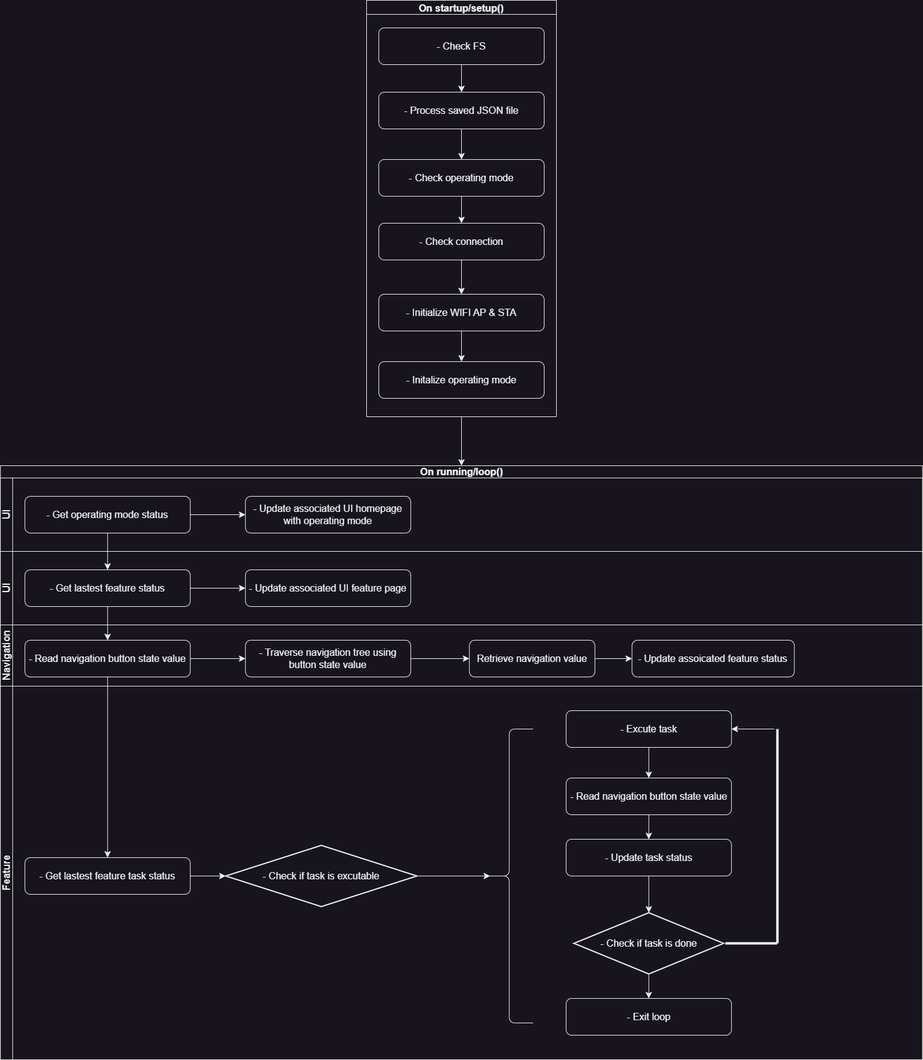
kirichain/RFID keeps this draw.io diagram as Workflows/Device Firmware Flowchart-General.drawio.png. Above is the earlier version. Source tidied: cells renumbered, new cells last; positions are measured from the earlier drawing's top-left corner, leaving out a move shared by most shapes.
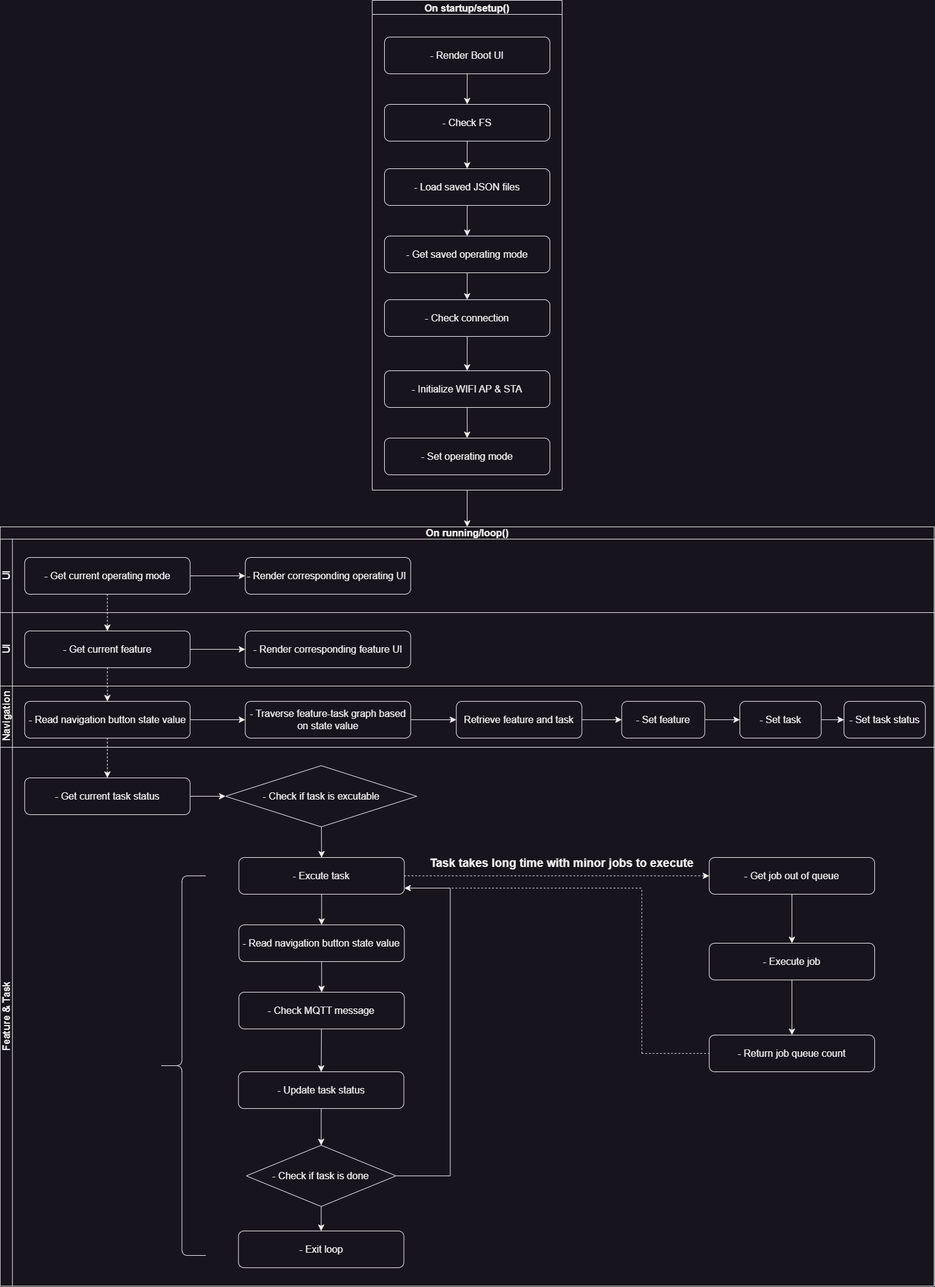
Later version of the same file.

Change to the diagram source:
```diff
@@ -8,3 +8,3 @@
     <mxCell id="3" value="On startup/setup()" style="swimlane;fontSize=16;" parent="1" vertex="1">
-      <mxGeometry x="598" width="310" height="680" as="geometry" />
+      <mxGeometry x="598" width="310" height="800" as="geometry" />
     </mxCell>
@@ -14,3 +14,3 @@
     <mxCell id="5" value="- Check FS" style="rounded=1;whiteSpace=wrap;html=1;fontSize=16;" parent="3" vertex="1">
-      <mxGeometry x="20" y="45" width="270" height="60" as="geometry" />
+      <mxGeometry x="20" y="170" width="270" height="60" as="geometry" />
     </mxCell>
@@ -19,4 +19,4 @@
     </mxCell>
-    <mxCell id="7" value="- Process saved JSON file" style="rounded=1;whiteSpace=wrap;html=1;fontSize=16;" parent="3" vertex="1">
-      <mxGeometry x="20" y="150" width="270" height="60" as="geometry" />
+    <mxCell id="7" value="- Load saved JSON files" style="rounded=1;whiteSpace=wrap;html=1;fontSize=16;" parent="3" vertex="1">
+      <mxGeometry x="20" y="275" width="270" height="60" as="geometry" />
     </mxCell>
@@ -25,4 +25,4 @@
     </mxCell>
-    <mxCell id="9" value="- Check operating mode" style="rounded=1;whiteSpace=wrap;html=1;fontSize=16;" parent="3" vertex="1">
-      <mxGeometry x="20" y="260" width="270" height="60" as="geometry" />
+    <mxCell id="9" value="- Get saved operating mode" style="rounded=1;whiteSpace=wrap;html=1;fontSize=16;" parent="3" vertex="1">
+      <mxGeometry x="20" y="385" width="270" height="60" as="geometry" />
     </mxCell>
@@ -32,3 +32,3 @@
     <mxCell id="11" value="- Check connection" style="rounded=1;whiteSpace=wrap;html=1;fontSize=16;" parent="3" vertex="1">
-      <mxGeometry x="20" y="364" width="270" height="60" as="geometry" />
+      <mxGeometry x="20" y="489" width="270" height="60" as="geometry" />
     </mxCell>
@@ -38,12 +38,18 @@
     <mxCell id="13" value="- Initialize WIFI AP &amp;amp; STA" style="rounded=1;whiteSpace=wrap;html=1;fontSize=16;" parent="3" vertex="1">
-      <mxGeometry x="20" y="480" width="270" height="60" as="geometry" />
+      <mxGeometry x="20" y="605" width="270" height="60" as="geometry" />
     </mxCell>
-    <mxCell id="14" value="- Initalize operating mode" style="rounded=1;whiteSpace=wrap;html=1;fontSize=16;" parent="3" vertex="1">
-      <mxGeometry x="20" y="590" width="270" height="60" as="geometry" />
+    <mxCell id="14" value="- Set operating mode" style="rounded=1;whiteSpace=wrap;html=1;fontSize=16;" parent="3" vertex="1">
+      <mxGeometry x="20" y="715" width="270" height="60" as="geometry" />
     </mxCell>
+    <mxCell id="53" style="edgeStyle=none;curved=1;rounded=0;jettySize=auto;html=1;entryX=0.5;entryY=0;entryDx=0;entryDy=0;fontSize=12;startSize=8;endSize=8;" parent="3" edge="1" source="54" target="5">
+      <mxGeometry relative="1" as="geometry" />
+    </mxCell>
+    <mxCell id="54" value="- Render Boot UI" style="rounded=1;whiteSpace=wrap;html=1;fontSize=16;" parent="3" vertex="1">
+      <mxGeometry x="20" y="60" width="270" height="60" as="geometry" />
+    </mxCell>
     <mxCell id="15" value="On running/loop()" style="swimlane;horizontal=1;startSize=20;html=1;fontSize=16;" parent="1" vertex="1">
-      <mxGeometry x="0.2" y="760" width="1505.6" height="970" as="geometry" />
+      <mxGeometry x="-9.2" y="860" width="1524.5" height="1240" as="geometry" />
     </mxCell>
     <mxCell id="16" value="UI" style="swimlane;startSize=20;horizontal=0;html=1;fontSize=16;" parent="15" vertex="1">
-      <mxGeometry y="20" width="1505.6" height="120" as="geometry" />
+      <mxGeometry y="20" width="1524.5" height="120" as="geometry" />
     </mxCell>
@@ -52,6 +58,6 @@
     </mxCell>
-    <mxCell id="18" value="- Get operating mode status" style="rounded=1;whiteSpace=wrap;html=1;fontSize=16;" parent="16" vertex="1">
+    <mxCell id="18" value="- Get current operating mode" style="rounded=1;whiteSpace=wrap;html=1;fontSize=16;" parent="16" vertex="1">
       <mxGeometry x="40" y="30" width="270" height="60" as="geometry" />
     </mxCell>
-    <mxCell id="19" value="- Update associated UI homepage with operating mode" style="rounded=1;whiteSpace=wrap;html=1;fontSize=16;" parent="16" vertex="1">
+    <mxCell id="19" value="- Render corresponding operating UI&amp;nbsp;" style="rounded=1;whiteSpace=wrap;html=1;fontSize=16;" parent="16" vertex="1">
       <mxGeometry x="400" y="30" width="270" height="60" as="geometry" />
@@ -59,3 +65,3 @@
     <mxCell id="20" value="UI" style="swimlane;startSize=20;horizontal=0;html=1;fontSize=16;" parent="15" vertex="1">
-      <mxGeometry y="140" width="1505.6" height="120" as="geometry" />
+      <mxGeometry y="140" width="1524.5" height="120" as="geometry" />
     </mxCell>
@@ -64,12 +70,12 @@
     </mxCell>
-    <mxCell id="22" value="- Get lastest feature status" style="rounded=1;whiteSpace=wrap;html=1;fontSize=16;" parent="20" vertex="1">
+    <mxCell id="22" value="- Get current feature" style="rounded=1;whiteSpace=wrap;html=1;fontSize=16;" parent="20" vertex="1">
       <mxGeometry x="40" y="30" width="270" height="60" as="geometry" />
     </mxCell>
-    <mxCell id="23" value="- Update associated UI feature page" style="rounded=1;whiteSpace=wrap;html=1;fontSize=16;" parent="20" vertex="1">
+    <mxCell id="23" value="- Render corresponding&amp;nbsp;feature UI" style="rounded=1;whiteSpace=wrap;html=1;fontSize=16;" parent="20" vertex="1">
       <mxGeometry x="400" y="30" width="270" height="60" as="geometry" />
     </mxCell>
-    <mxCell id="24" style="edgeStyle=none;curved=1;rounded=0;jettySize=auto;html=1;entryX=0.5;entryY=0;entryDx=0;entryDy=0;fontSize=12;startSize=8;endSize=8;" parent="15" edge="1" source="18" target="22">
+    <mxCell id="24" style="edgeStyle=none;curved=1;rounded=0;jettySize=auto;html=1;entryX=0.5;entryY=0;entryDx=0;entryDy=0;fontSize=12;startSize=8;endSize=8;dashed=1;" parent="15" edge="1" source="18" target="22">
       <mxGeometry relative="1" as="geometry" />
     </mxCell>
-    <mxCell id="25" style="edgeStyle=none;curved=1;rounded=0;jettySize=auto;html=1;entryX=0.5;entryY=0;entryDx=0;entryDy=0;fontSize=12;startSize=8;endSize=8;" parent="15" edge="1" source="22" target="28">
+    <mxCell id="25" style="edgeStyle=none;curved=1;rounded=0;jettySize=auto;html=1;entryX=0.5;entryY=0;entryDx=0;entryDy=0;fontSize=12;startSize=8;endSize=8;dashed=1;" parent="15" edge="1" source="22" target="28">
       <mxGeometry relative="1" as="geometry" />
@@ -77,3 +83,3 @@
     <mxCell id="26" value="Navigation" style="swimlane;startSize=20;horizontal=0;html=1;fontSize=16;" parent="15" vertex="1">
-      <mxGeometry y="260" width="1505.6" height="100" as="geometry" />
+      <mxGeometry y="260" width="1524.5" height="100" as="geometry" />
     </mxCell>
@@ -88,3 +94,3 @@
     </mxCell>
-    <mxCell id="30" value="- Traverse navigation tree using button state value" style="rounded=1;whiteSpace=wrap;html=1;fontSize=16;" parent="26" vertex="1">
+    <mxCell id="30" value="- Traverse feature-task graph based on state value" style="rounded=1;whiteSpace=wrap;html=1;fontSize=16;" parent="26" vertex="1">
       <mxGeometry x="400" y="25" width="270" height="60" as="geometry" />
@@ -94,13 +100,25 @@
     </mxCell>
-    <mxCell id="32" value="Retrieve navigation value" style="rounded=1;whiteSpace=wrap;html=1;fontSize=16;" parent="26" vertex="1">
-      <mxGeometry x="765.6" y="25" width="205" height="60" as="geometry" />
+    <mxCell id="32" value="Retrieve feature and task" style="rounded=1;whiteSpace=wrap;html=1;fontSize=16;" parent="26" vertex="1">
+      <mxGeometry x="744.5" y="25" width="205" height="60" as="geometry" />
     </mxCell>
+    <mxCell id="55" style="edgeStyle=none;curved=1;rounded=0;jettySize=auto;html=1;entryX=0;entryY=0.5;entryDx=0;entryDy=0;fontSize=12;startSize=8;endSize=8;" parent="26" edge="1" source="33" target="57">
+      <mxGeometry relative="1" as="geometry" />
+    </mxCell>
-    <mxCell id="33" value="- Update assoicated feature status" style="rounded=1;whiteSpace=wrap;html=1;fontSize=16;" parent="26" vertex="1">
-      <mxGeometry x="1031.2" y="25" width="265" height="60" as="geometry" />
+    <mxCell id="33" value="- Set feature" style="rounded=1;whiteSpace=wrap;html=1;fontSize=16;" parent="26" vertex="1">
+      <mxGeometry x="1014.5" y="25" width="135.5" height="60" as="geometry" />
     </mxCell>
+    <mxCell id="56" style="edgeStyle=none;curved=1;rounded=0;jettySize=auto;html=1;entryX=0;entryY=0.5;entryDx=0;entryDy=0;fontSize=12;startSize=8;endSize=8;" parent="26" edge="1" source="57" target="58">
+      <mxGeometry relative="1" as="geometry" />
+    </mxCell>
+    <mxCell id="57" value="- Set task" style="rounded=1;whiteSpace=wrap;html=1;fontSize=16;" parent="26" vertex="1">
+      <mxGeometry x="1207.2" y="25" width="132.8" height="60" as="geometry" />
+    </mxCell>
+    <mxCell id="58" value="- Set task status" style="rounded=1;whiteSpace=wrap;html=1;fontSize=16;" parent="26" vertex="1">
+      <mxGeometry x="1377.2" y="25" width="132.8" height="60" as="geometry" />
+    </mxCell>
-    <mxCell id="34" value="Feature" style="swimlane;startSize=20;horizontal=0;html=1;fontSize=16;" parent="15" vertex="1">
-      <mxGeometry y="360" width="1505.6" height="610" as="geometry" />
+    <mxCell id="34" value="Feature &amp;amp; Task" style="swimlane;startSize=20;horizontal=0;html=1;fontSize=16;" parent="15" vertex="1">
+      <mxGeometry y="360" width="1524.5" height="880" as="geometry" />
     </mxCell>
-    <mxCell id="35" value="- Get lastest feature task status" style="rounded=1;whiteSpace=wrap;html=1;fontSize=16;" parent="34" vertex="1">
-      <mxGeometry x="40" y="280" width="270" height="60" as="geometry" />
+    <mxCell id="35" value="- Get current task status" style="rounded=1;whiteSpace=wrap;html=1;fontSize=16;" parent="34" vertex="1">
+      <mxGeometry x="40" y="50" width="270" height="60" as="geometry" />
     </mxCell>
@@ -109,10 +127,13 @@
     </mxCell>
+    <mxCell id="59" style="edgeStyle=none;curved=1;rounded=0;jettySize=auto;html=1;fontSize=12;startSize=8;endSize=8;entryX=0;entryY=0.5;entryDx=0;entryDy=0;dashed=1;" parent="34" edge="1" source="37" target="66">
+      <mxGeometry relative="1" as="geometry" />
+    </mxCell>
     <mxCell id="37" value="- Excute task" style="rounded=1;whiteSpace=wrap;html=1;fontSize=16;" parent="34" vertex="1">
-      <mxGeometry x="923.6" y="40" width="270" height="60" as="geometry" />
+      <mxGeometry x="389.6" y="180" width="270" height="60" as="geometry" />
     </mxCell>
-    <mxCell id="38" style="edgeStyle=none;curved=1;rounded=0;jettySize=auto;html=1;entryX=0.5;entryY=0;entryDx=0;entryDy=0;fontSize=12;startSize=8;endSize=8;" parent="34" edge="1" source="39" target="50">
-      <mxGeometry relative="1" as="geometry" />
-    </mxCell>
+    <mxCell id="60" style="edgeStyle=none;curved=1;rounded=0;jettySize=auto;html=1;entryX=0.5;entryY=0;entryDx=0;entryDy=0;fontSize=12;startSize=8;endSize=8;" parent="34" edge="1" source="39" target="63">
+      <mxGeometry relative="1" as="geometry" />
+    </mxCell>
     <mxCell id="39" value="- Read navigation button state value" style="rounded=1;whiteSpace=wrap;html=1;fontSize=16;" parent="34" vertex="1">
-      <mxGeometry x="923.6" y="150" width="270" height="60" as="geometry" />
+      <mxGeometry x="389.6" y="290" width="270" height="60" as="geometry" />
     </mxCell>
@@ -121,21 +142,21 @@
     </mxCell>
-    <mxCell id="41" value="- Check if task is done" style="strokeWidth=2;html=1;shape=mxgraph.flowchart.decision;whiteSpace=wrap;fontSize=16;" parent="34" vertex="1">
-      <mxGeometry x="936.4" y="370" width="244.4" height="100" as="geometry" />
+    <mxCell id="41" value="- Check if task is done" style="strokeWidth=1;html=1;shape=mxgraph.flowchart.decision;whiteSpace=wrap;fontSize=16;" parent="34" vertex="1">
+      <mxGeometry x="401.7" y="650" width="244.4" height="100" as="geometry" />
     </mxCell>
     <mxCell id="42" value="- Exit loop" style="rounded=1;whiteSpace=wrap;html=1;fontSize=16;" parent="34" vertex="1">
-      <mxGeometry x="923.6" y="510" width="270" height="60" as="geometry" />
+      <mxGeometry x="388.9" y="790" width="270" height="60" as="geometry" />
     </mxCell>
-    <mxCell id="43" style="line;strokeWidth=4;html=1;perimeter=backbonePerimeter;fontSize=16;" parent="34" vertex="1">
-      <mxGeometry x="1183.6" y="415" width="84.4" height="10" as="geometry" />
-    </mxCell>
-    <mxCell id="44" style="endArrow=classic;html=1;rounded=0;fontSize=12;startSize=8;endSize=8;curved=1;entryX=1;entryY=0.5;entryDx=0;entryDy=0;" parent="34" edge="1" target="37">
+    <mxCell id="44" style="endArrow=classic;html=1;rounded=0;fontSize=12;startSize=8;endSize=8;curved=1;entryX=1;entryY=0.5;entryDx=0;entryDy=0;" parent="34" edge="1" source="45">
       <mxGeometry relative="1" as="geometry">
-        <mxPoint x="1263.6" y="70" as="sourcePoint" />
+        <mxPoint x="659.6" y="230" as="targetPoint" />
       </mxGeometry>
     </mxCell>
-    <mxCell id="45" style="line;strokeWidth=4;direction=south;html=1;perimeter=backbonePerimeter;points=[];outlineConnect=0;fontSize=16;" parent="34" vertex="1">
-      <mxGeometry x="1263.6" y="70" width="10" height="350" as="geometry" />
+    <mxCell id="45" style="line;strokeWidth=1;direction=south;html=1;perimeter=backbonePerimeter;points=[];outlineConnect=0;fontSize=16;" parent="34" vertex="1">
+      <mxGeometry x="729.6" y="230" width="10" height="470" as="geometry" />
     </mxCell>
+    <mxCell id="61" style="edgeStyle=none;curved=1;rounded=0;jettySize=auto;html=1;entryX=0.5;entryY=0;entryDx=0;entryDy=0;fontSize=12;startSize=8;endSize=8;" parent="34" edge="1" source="46" target="37">
+      <mxGeometry relative="1" as="geometry" />
+    </mxCell>
-    <mxCell id="46" value="- Check if task is excutable" style="strokeWidth=2;html=1;shape=mxgraph.flowchart.decision;whiteSpace=wrap;fontSize=16;" parent="34" vertex="1">
-      <mxGeometry x="367.8" y="260" width="312.2" height="100" as="geometry" />
+    <mxCell id="46" value="- Check if task is excutable" style="strokeWidth=1;html=1;shape=mxgraph.flowchart.decision;whiteSpace=wrap;fontSize=16;" parent="34" vertex="1">
+      <mxGeometry x="367.8" y="30" width="312.2" height="100" as="geometry" />
     </mxCell>
@@ -145,9 +166,6 @@
     <mxCell id="48" style="shape=curlyBracket;whiteSpace=wrap;html=1;rounded=1;labelPosition=left;verticalLabelPosition=middle;align=right;verticalAlign=middle;fontSize=16;" parent="34" vertex="1">
-      <mxGeometry x="791.8" y="70" width="77.8" height="480" as="geometry" />
+      <mxGeometry x="257.8" y="210" width="77.8" height="620" as="geometry" />
     </mxCell>
-    <mxCell id="49" style="edgeStyle=none;curved=1;rounded=0;jettySize=auto;html=1;entryX=0.1;entryY=0.5;entryDx=0;entryDy=0;entryPerimeter=0;fontSize=12;startSize=8;endSize=8;" parent="34" edge="1" source="46" target="48">
-      <mxGeometry relative="1" as="geometry" />
-    </mxCell>
     <mxCell id="50" value="- Update task status" style="rounded=1;whiteSpace=wrap;html=1;fontSize=16;" parent="34" vertex="1">
-      <mxGeometry x="923.6" y="250" width="270" height="60" as="geometry" />
+      <mxGeometry x="388.9" y="530" width="270" height="60" as="geometry" />
     </mxCell>
@@ -156,5 +174,51 @@
     </mxCell>
+    <mxCell id="62" style="edgeStyle=none;curved=1;rounded=0;jettySize=auto;html=1;entryX=0.5;entryY=0;entryDx=0;entryDy=0;fontSize=12;startSize=8;endSize=8;" parent="34" edge="1" source="63" target="50">
+      <mxGeometry relative="1" as="geometry" />
+    </mxCell>
+    <mxCell id="63" value="- Check MQTT message" style="rounded=1;whiteSpace=wrap;html=1;fontSize=16;" parent="34" vertex="1">
+      <mxGeometry x="389.6" y="400" width="270" height="60" as="geometry" />
+    </mxCell>
+    <mxCell id="64" style="endArrow=none;html=1;rounded=0;fontSize=12;startSize=8;endSize=8;curved=1;" parent="34" edge="1" target="45">
+      <mxGeometry relative="1" as="geometry">
+        <mxPoint x="646.1" y="700" as="sourcePoint" />
+      </mxGeometry>
+    </mxCell>
+    <mxCell id="65" style="edgeStyle=none;curved=1;rounded=0;jettySize=auto;html=1;entryX=0.5;entryY=0;entryDx=0;entryDy=0;fontSize=12;startSize=8;endSize=8;" parent="34" edge="1" source="66" target="69">
+      <mxGeometry relative="1" as="geometry" />
+    </mxCell>
+    <mxCell id="66" value="- Get job out of queue" style="rounded=1;whiteSpace=wrap;html=1;fontSize=16;" parent="34" vertex="1">
+      <mxGeometry x="1157.2" y="180" width="270" height="60" as="geometry" />
+    </mxCell>
+    <mxCell id="67" value="Task takes long time with minor jobs to execute" style="text;strokeColor=none;fillColor=none;html=1;fontSize=19;fontStyle=1;verticalAlign=middle;align=center;" parent="34" vertex="1">
+      <mxGeometry x="739.6" y="170" width="352.8" height="40" as="geometry" />
+    </mxCell>
+    <mxCell id="68" style="edgeStyle=none;curved=1;rounded=0;jettySize=auto;html=1;entryX=0.5;entryY=0;entryDx=0;entryDy=0;fontSize=12;startSize=8;endSize=8;" parent="34" edge="1" source="69" target="70">
+      <mxGeometry relative="1" as="geometry" />
+    </mxCell>
+    <mxCell id="69" value="- Execute job" style="rounded=1;whiteSpace=wrap;html=1;fontSize=16;" parent="34" vertex="1">
+      <mxGeometry x="1157.2" y="320" width="270" height="60" as="geometry" />
+    </mxCell>
+    <mxCell id="70" value="- Return job queue count" style="rounded=1;whiteSpace=wrap;html=1;fontSize=16;" parent="34" vertex="1">
+      <mxGeometry x="1157.2" y="470" width="270" height="60" as="geometry" />
+    </mxCell>
+    <mxCell id="71" style="endArrow=none;html=1;rounded=0;fontSize=12;startSize=8;endSize=8;curved=1;dashed=1;" parent="34" edge="1">
+      <mxGeometry relative="1" as="geometry">
+        <mxPoint x="1047.2" y="500" as="sourcePoint" />
+        <mxPoint x="1047.2" y="230" as="targetPoint" />
+      </mxGeometry>
+    </mxCell>
+    <mxCell id="72" style="endArrow=none;html=1;rounded=0;fontSize=12;startSize=8;endSize=8;curved=1;dashed=1;" parent="34" edge="1">
+      <mxGeometry relative="1" as="geometry">
+        <mxPoint x="737.2" y="230" as="sourcePoint" />
+        <mxPoint x="1047.2" y="230" as="targetPoint" />
+      </mxGeometry>
+    </mxCell>
-    <mxCell id="52" style="edgeStyle=none;curved=1;rounded=0;jettySize=auto;html=1;entryX=0.5;entryY=0;entryDx=0;entryDy=0;fontSize=12;startSize=8;endSize=8;" parent="15" edge="1" source="28" target="35">
+    <mxCell id="52" style="edgeStyle=none;curved=1;rounded=0;jettySize=auto;html=1;entryX=0.5;entryY=0;entryDx=0;entryDy=0;fontSize=12;startSize=8;endSize=8;dashed=1;" parent="15" edge="1" source="28" target="35">
       <mxGeometry relative="1" as="geometry" />
     </mxCell>
+    <mxCell id="73" style="endArrow=none;html=1;rounded=0;fontSize=12;startSize=8;endSize=8;curved=1;entryX=0;entryY=0.5;entryDx=0;entryDy=0;dashed=1;" parent="1" edge="1" target="70">
+      <mxGeometry relative="1" as="geometry">
+        <mxPoint x="1038" y="1720" as="sourcePoint" />
+      </mxGeometry>
+    </mxCell>
   </root>
```
